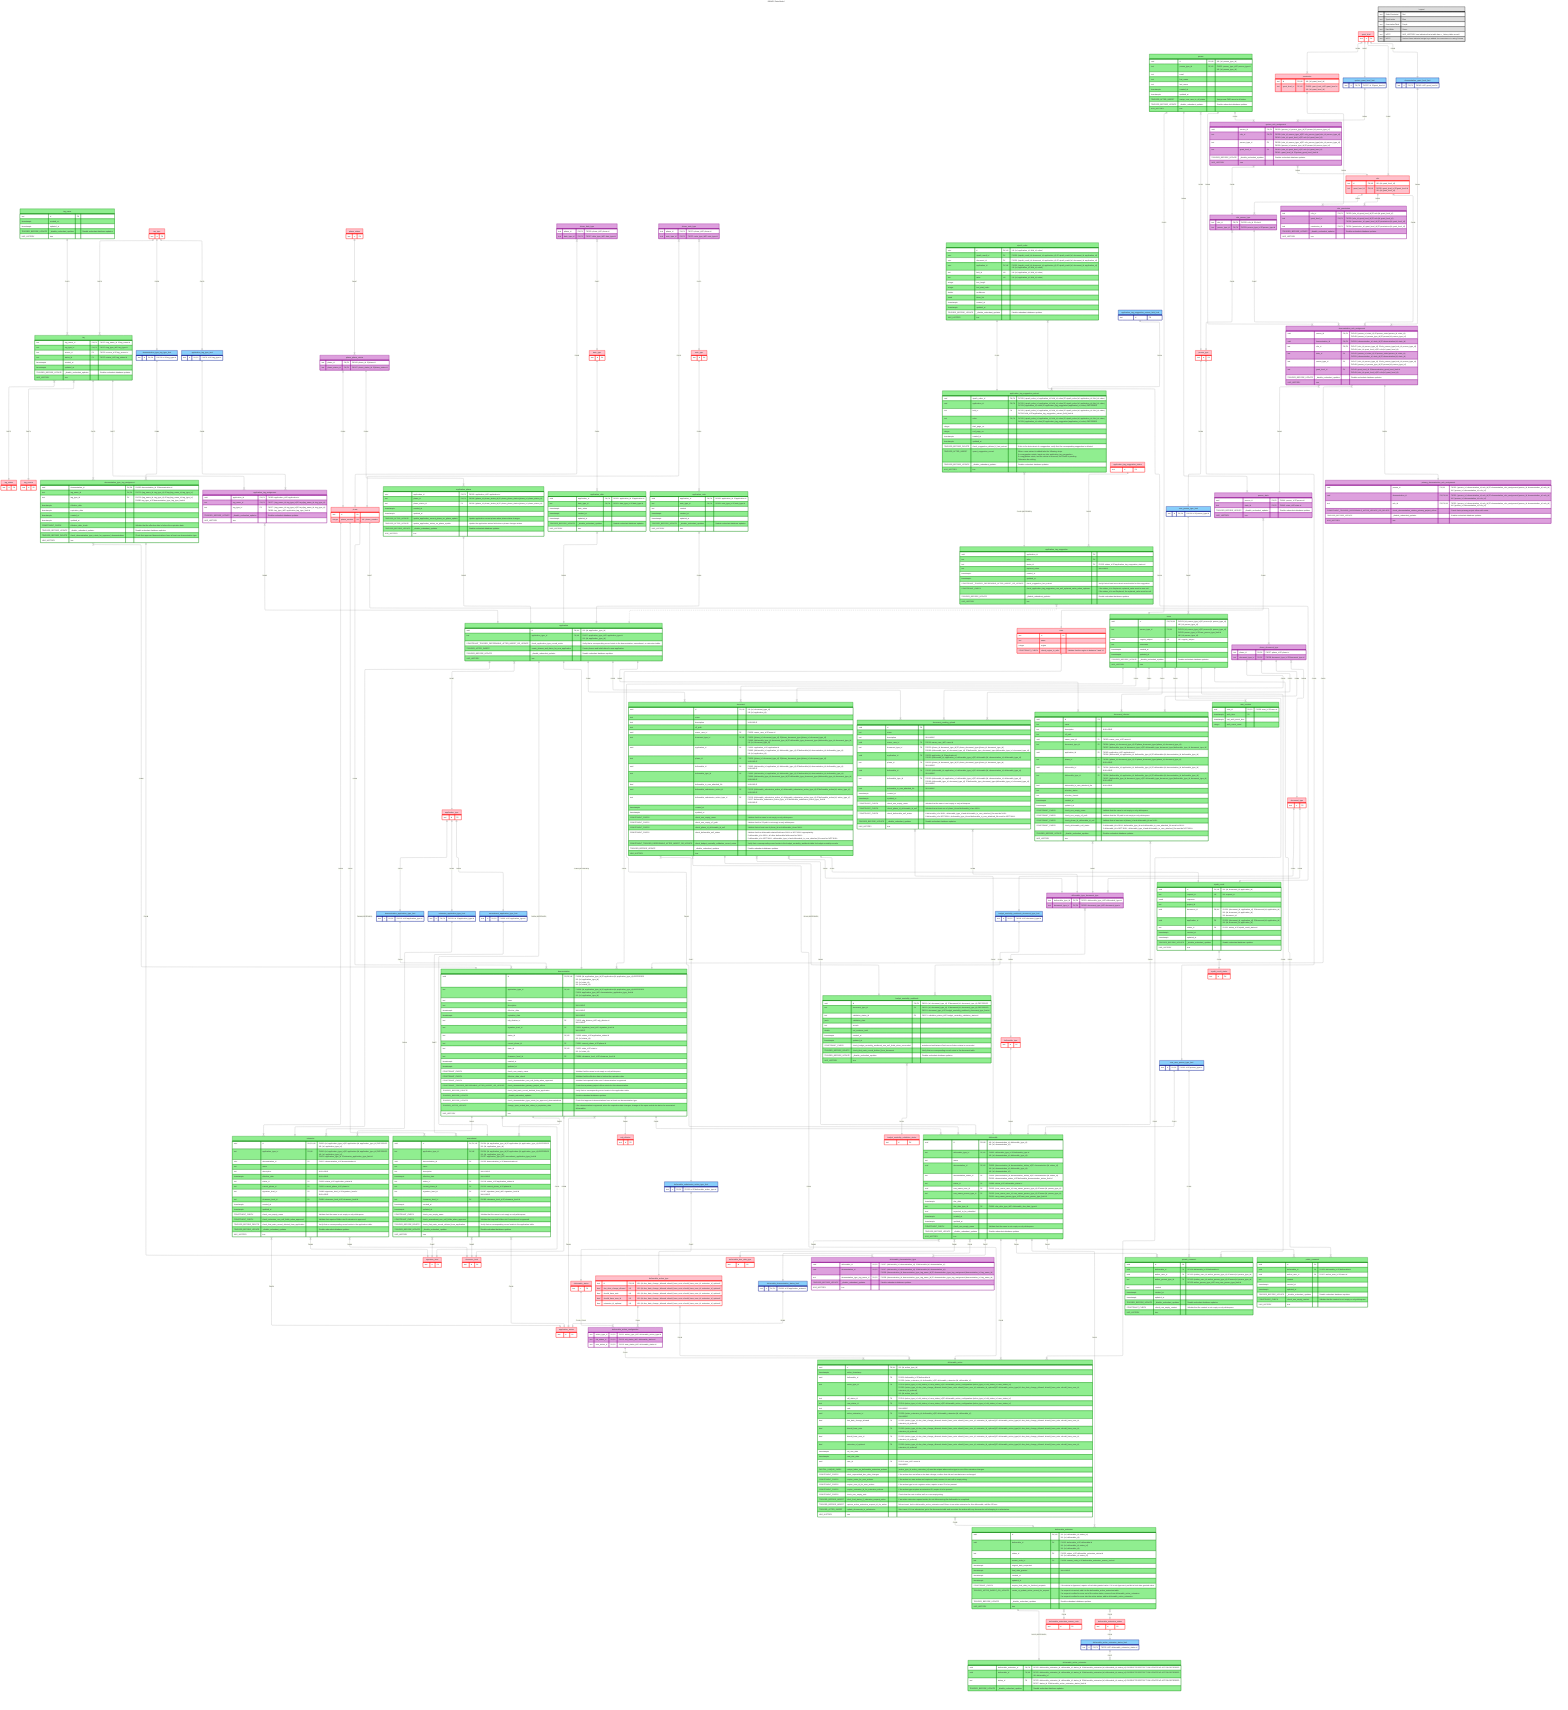
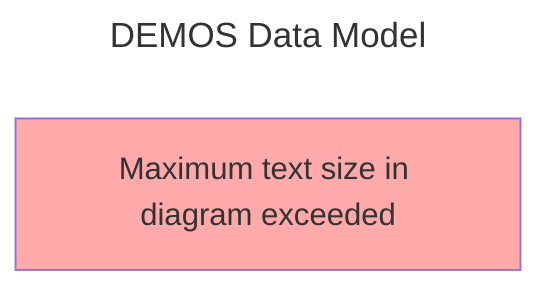
---
title: DEMOS Data Model
config:
  theme: default
  layout: elk
  elk:
    nodePlacementStrategy: NETWORK_SIMPLEX
---

erDiagram
  classDef staticConstraint stroke:red,fill:pink
  classDef typeLimiter stroke:navy,fill:lightskyblue
  classDef dataTable stroke:green,fill:lightgreen
  classDef associativeTable stroke:darkmagenta,fill:plum
  classDef legend stroke:black,fill:#ddd

  tag_name ||--|{ tag : "FK072"
  tag_type ||--|{ tag : "FK073"
  tag }|--|| tag_status : "FK075"
  tag }|--|| tag_source : "FK074"
  tag ||--|{ demonstration_type_tag_assignment : "FK076"
  tag ||--|{ application_tag_assignment : "FK077"
  tag_type ||--|| demonstration_type_tag_type_limit : "FK078"
  tag_type ||--|| application_tag_type_limit : "FK079"
  demonstration_type_tag_type_limit ||--|{ demonstration_type_tag_assignment : "FK080"
  application_tag_type_limit ||--|{ application_tag_assignment : "FK081"
  demonstration_type_tag_assignment }|--|| demonstration : "FK082"
  application_tag_assignment }|--|| application : "FK083"
  phase_status ||--|{ phase_phase_status : "FK067"
  phase_phase_status }|--|| phase : "FK066"
-   phase_phase_status ||--|{ application_phase  : "FK004"
+   phase_phase_status ||--|{ application_phase : "FK004"
  phase_date_type }|--|| phase : "FK003"
  phase_note_type }|--|| phase : "FK070"
-   phase_date_type }|--|| date_type: "FK017"
-   phase_note_type }|--|| note_type: "FK071"
+   phase_date_type }|--|| date_type : "FK017"
+   phase_note_type }|--|| note_type : "FK071"
  application_phase }|--|| application : "FK005"
-   date_type ||--|{ application_date  : "FK001"
-   note_type ||--|{ application_note  : "FK069"
+   date_type ||--|{ application_date : "FK001"
+   note_type ||--|{ application_note : "FK069"
  application_date }|--|| application : "FK002"
  application_note }|--|| application : "FK068"
  application }|--|| application_type : "FK007"
  application ||--|| demonstration : "FK008 (DEFERRED)"
  application ||--|| extension : "FK009 (DEFERRED)"
  application ||--|| amendment : "FK054 (DEFERRED)"
  demonstration }|--|| sdg_division : "FK010"
  demonstration }|--|| signature_level : "FK011"
  demonstration ||--|{ extension : "FK012"
  demonstration ||--|{ amendment : "FK055"
  application_type ||--|| demonstration_application_type_limit : "FK013"
  demonstration_application_type_limit ||--|{ demonstration : "FK014"
  application_type ||--|| extension_application_type_limit : "FK015"
  extension_application_type_limit ||--|{ extension : "FK016"
  application_type ||--|| amendment_application_type_limit : "FK056"
  amendment_application_type_limit ||--|{ amendment : "FK057"
  amendment }|--|| application_status : "FK018"
  phase ||--|{ amendment : "FK020"
  extension }|--|| application_status : "FK058"
  phase ||--|{ extension : "FK059"
  demonstration }|--|| application_status : "FK060"
  phase ||--|{ demonstration : "FK061"
  state ||--|{ demonstration : "FK021"
  person }|--|| person_type : "FK022"
  person ||--|| users : "FK023"
  person_type ||--|| user_person_type_limit : "FK024"
  user_person_type_limit ||--|{ users : "FK025"
  users ||--|{ document : "FK026"
  users ||--|{ document_pending_upload : "FK019"
  users ||--|{ document_infected : "FK063"
  users ||--|{ user_session : "FK139"
  phase ||--|{ phase_document_type : "FK027"
  phase_document_type }|--|| document_type : "FK028"
  phase_document_type ||--|{ document : "FK029"
  phase_document_type ||--|{ document_pending_upload : "FK052"
  phase_document_type ||--|{ document_infected : "FK064"
  application ||--|{ document : "FK030"
  application ||--|{ document_pending_upload : "FK053"
  application ||--|{ document_infected : "FK065"
  role_person_type }|--|| person_type : "FK031"
  role ||--|{ role_person_type : "FK032"
  role ||--|{ role_permission : "FK033"
  permission ||--|{ role_permission : "FK034"
  grant_level ||--|{ role : "FK035"
  grant_level ||--|{ permission : "FK036"
  system_grant_level_limit ||--|{ system_role_assignment : "FK041"
  system_role_assignment }|--|| role_person_type : "FK038"
  person ||--|{ system_role_assignment : "FK039"
  system_role_assignment }|--|| role : "FK040"
  grant_level ||--|| system_grant_level_limit : "FK037"
  demonstration_role_assignment }|--|| person_state : "FK042"
  person_state }|--|| state : "FK043"
  person ||--|{ person_state : "FK044"
  grant_level ||--|| demonstration_grant_level_limit : "FK045"
  demonstration_grant_level_limit ||--|{ demonstration_role_assignment : "FK046"
  role_person_type ||--|{ demonstration_role_assignment : "FK047"
  person ||--|{ demonstration_role_assignment : "FK048"
  role ||--|{ demonstration_role_assignment : "FK049"
  demonstration_role_assignment }|--|| demonstration : "FK050"
  demonstration_role_assignment ||--|| primary_demonstration_role_assignment : "FK051"
  demonstration }|--|| clearance_level : "FK084"
  amendment }|--|| clearance_level : "FK085"
  extension }|--|| clearance_level : "FK086"
  amendment }|--|| signature_level : "FK087"
  extension }|--|| signature_level : "FK088"
  document_type ||--|| budget_neutrality_workbook_document_type_limit : "FK118"
  document ||--|| budget_neutrality_workbook : "FK119 (DEFERRED)"
  budget_neutrality_workbook_document_type_limit ||--|{ budget_neutrality_workbook : "FK120"
  budget_neutrality_workbook }|--|| budget_neutrality_validation_status : "FK121"
  document }|--|| deliverable_action : "FK116"
  document }|--|| deliverable_submission_action_type_limit : "FK117"
  deliverable_status ||--|{ deliverable_action_configuration : "FK110, FK113"
  deliverable_action_type ||--|{ deliverable_action_configuration : "FK111"
  deliverable_action_type ||--|{ deliverable_action : "FK136"
  deliverable_action_configuration ||--|{ deliverable_action : "FK114"
  deliverable_submission_action_type_limit ||--|| deliverable_action_type : "FK115"
  demonstration ||--|{ deliverable : "FK006"
  deliverable_type ||--|{ deliverable : "FK062"
  deliverable }|--|| deliverable_status : "FK089"
  deliverable }|--|| deliverable_due_date_type : "FK090"
  document_type ||--|{ deliverable_type_document_type : "FK092"
  deliverable_type_document_type }|--|| deliverable_type : "FK091"
  document }|--|| deliverable : "FK093"
  document_infected }|--|| deliverable : "FK094"
  document_pending_upload }|--|| deliverable : "FK095"
  document }|--|| deliverable_type_document_type : "FK096"
  document_infected }|--|| deliverable_type_document_type : "FK097"
  document_pending_upload }|--|| deliverable_type_document_type : "FK098"
  deliverable_demonstration_status_limit ||--|| application_status : "FK099"
  deliverable }|--|| deliverable_demonstration_status_limit : "FK100"
  cms_user_person_type_limit ||--|{ deliverable : "FK101"
  person_type ||--|| cms_user_person_type_limit : "FK102"
  users ||--|{ deliverable : "FK103"
  deliverable ||--|{ deliverable_action : "FK109"
  deliverable_action }|--|| deliverable_extension : "FK128"
  deliverable ||--|{ deliverable_extension : "FK122"
  deliverable ||--|{ deliverable_demonstration_type : "FK137"
  demonstration_type_tag_assignment ||--|{ deliverable_demonstration_type : "FK138"
  deliverable_extension }|--|| deliverable_extension_reason_code : "FK124"
  deliverable_extension }|--|| deliverable_extension_status : "FK123"
  deliverable_extension_status ||--|| deliverable_active_extension_status_limit : "FK126"
  deliverable_active_extension_status_limit ||--|{ deliverable_active_extension : "FK127"
  deliverable_extension ||--|| deliverable_active_extension : "FK125 (DEFERRED)"
  deliverable ||--|{ private_comment : "FK104"
  deliverable ||--|{ public_comment : "FK105"
  users ||--|{ private_comment : "FK106"
  users ||--|{ public_comment : "FK107"
  cms_user_person_type_limit ||--|{ private_comment : "FK108"
  users ||--|{ deliverable_action : "FK112"
  document ||--|| uipath_result : "FK129"
  uipath_result ||--|{ uipath_value : "FK130"
  uipath_result }|--|| uipath_result_status : "FK131"
  uipath_value ||--|| application_tag_suggestion_extract : "FK132"
  application_tag_suggestion_extract }|--|| application_tag_suggestion : "FK133 (DEFERRED)"
  application_tag_suggestion_extract_field_limit ||--|{ application_tag_suggestion_extract : "FK134"
  application_tag_suggestion_status ||--|{ application_tag_suggestion : "FK135"
+   users ||--|{ reference : "FK140"
+   users ||--|{ reference_agreement : "FK141"
+   users ||--|{ reference_agreement_acceptance : "FK142"
+   reference ||--|{ reference_configuration : "FK143"
+   reference ||--|{ reference_tag_assignment : "FK144"
+   reference ||--|{ reference_demonstration_type : "FK145"
+   reference_agreement ||--|{ reference_configuration : "FK146"
+   reference_configuration }|--|| reference_configuration_status : "FK147"
+   reference_configuration ||--|{ reference_agreement_acceptance : "FK148"
+   tag ||--|{ reference_tag_assignment : "FK149"
+   tag ||--|{ reference_demonstration_type : "FK150"
+   demonstration_type_tag_type_limit ||--|{ reference_demonstration_type : "FK151"
+   tag_type ||--|| reference_tag_type_limit : "FK152"
+   reference_tag_type_limit ||--|{ reference_tag_assignment : "FK153"
  application_tag_suggestion }|..|| application : ""

  %% Static Constraints
  application_status:::staticConstraint {
    text id PK
  }

  application_tag_suggestion_status:::staticConstraint {
    text id PK
  }

  application_type:::staticConstraint {
    text id PK
  }

  budget_neutrality_validation_status:::staticConstraint {
    text id PK
  }

  clearance_level:::staticConstraint {
    text id PK
  }

  date_type:::staticConstraint {
    text id PK
  }

  deliverable_action_type:::staticConstraint {
    text id PK, UK "UK: (id, due_date_change_allowed, should_have_note, should_have_user_id, extension_id_optional)"
    bool due_date_change_allowed UK "UK: (id, due_date_change_allowed, should_have_note, should_have_user_id, extension_id_optional)"
    bool should_have_note UK "UK: (id, due_date_change_allowed, should_have_note, should_have_user_id, extension_id_optional)"
    bool should_have_user_id UK "UK: (id, due_date_change_allowed, should_have_note, should_have_user_id, extension_id_optional)"
    bool extension_id_optional UK "UK: (id, due_date_change_allowed, should_have_note, should_have_user_id, extension_id_optional)"
  }

  deliverable_due_date_type:::staticConstraint {
    text id PK
  }

  deliverable_extension_reason_code:::staticConstraint {
    text id PK
  }

  deliverable_extension_status:::staticConstraint {
    text id PK
  }

  deliverable_status:::staticConstraint {
    text id PK
  }

  deliverable_type:::staticConstraint {
    text id PK
  }

  document_type:::staticConstraint {
    text id PK
  }

  grant_level:::staticConstraint {
    text id PK
  }

  note_type:::staticConstraint {
    text id PK
  }

  permission:::staticConstraint {
    text id PK, UK "UK: (id, grant_level_id)"
    text grant_level_id FK, UK "FK036: grant_level_id ∈ grant_level.id<br>UK: (id, grant_level_id)"
  }

  person_type:::staticConstraint {
    text id PK
  }

  phase:::staticConstraint {
    text id PK
    integer phase_number UK "UK: phase_number"
  }

  phase_status:::staticConstraint {
    text id PK
  }

+   reference_configuration_status:::staticConstraint {
+     text id PK
+   }
+ 
  role:::staticConstraint {
    text id PK, UK "UK: (id, grant_level_id)"
    text grant_level_id FK, UK "FK035: grant_level_id ∈ grant_level.id<br>UK: (id, grant_level_id)"
  }

  sdg_division:::staticConstraint {
    text id PK
  }

  signature_level:::staticConstraint {
    text id PK
  }

  state:::staticConstraint {
    text id PK
    text name
    integer region
    CONSTRAINT_CHECK check_region_is_valid "Validate that the region is between 1 and 10."
  }

  tag_source:::staticConstraint {
    text id PK
  }

  tag_status:::staticConstraint {
    text id PK
  }

  tag_type:::staticConstraint {
    text id PK
  }

  uipath_result_status:::staticConstraint {
    text id PK
  }

  %% Type Limiters
  amendment_application_type_limit:::typeLimiter {
    text id PK, FK "FK056: id ∈ application_type.id"
  }

  application_tag_suggestion_extract_field_limit:::typeLimiter {
    text id PK
  }

  application_tag_type_limit:::typeLimiter {
    text id PK, FK "FK079: id ∈ tag_type.id"
  }

  budget_neutrality_workbook_document_type_limit:::typeLimiter {
    text id PK, FK "FK118: id ∈ document_type.id"
  }

  cms_user_person_type_limit:::typeLimiter {
    text id PK, FK "FK102: id ∈ person_type.id"
  }

  deliverable_active_extension_status_limit:::typeLimiter {
    text id PK, FK "FK126: id ∈ deliverable_extension_status.id"
  }

  deliverable_demonstration_status_limit:::typeLimiter {
    text id PK, FK "FK099: id ∈ application_status.id"
  }

  deliverable_submission_action_type_limit:::typeLimiter {
    text id PK, FK "FK115: id ∈ deliverable_action_type.id"
  }

  demonstration_application_type_limit:::typeLimiter {
    text id PK, FK "FK013: id ∈ application_type.id"
  }

  demonstration_grant_level_limit:::typeLimiter {
    text id PK, FK "FK045: id ∈ grant_level.id"
  }

  demonstration_type_tag_type_limit:::typeLimiter {
    text id PK, FK "FK078: id ∈ tag_type.id"
  }

  extension_application_type_limit:::typeLimiter {
    text id PK, FK "FK015: id ∈ application_type.id"
+   }
+ 
+   reference_tag_type_limit:::typeLimiter {
+     text id PK, FK "FK152: id ∈ tag_type.id"
  }

  system_grant_level_limit:::typeLimiter {
    text id PK, FK "FK037: id ∈ grant_level.id"
  }

  user_person_type_limit:::typeLimiter {
    text id PK, FK "FK024: id ∈ person_type.id"
  }

  %% Data Tables
  amendment:::dataTable {
    uuid id PK, FK, UK "FK054: (id, application_type_id) ∈ application.(id, application_type_id) DEFERRED<br>UK: (id, application_type_id)"
    text application_type_id FK, UK "FK054: (id, application_type_id) ∈ application.(id, application_type_id) DEFERRED<br>UK: (id, application_type_id)<br>FK057: application_type_id ∈ amendment_application_type_limit.id"
    uuid demonstration_id FK "FK055: demonstration_id ∈ demonstration.id"
    text name
    text description "NULLABLE"
    timestamptz effective_date "NULLABLE"
    text status_id FK "FK018: status_id ∈ application_status.id"
    text current_phase_id FK "FK020: current_phase_id ∈ phase.id"
    text signature_level_id FK "FK087: signature_level_id ∈ signature_level.id<br>NULLABLE"
    text clearance_level_id FK "FK085: clearance_level_id ∈ clearance_level.id"
    timestamptz created_at
    timestamptz updated_at
    CONSTRAINT_CHECK check_non_empty_name "Validate that the name is not empty or only whitespace."
    CONSTRAINT_CHECK check_amendment_non_null_fields_when_approved  "Validate that required fields exist if amendment is approved."
    TRIGGER_BEFORE_DELETE check_that_main_record_deleted_from_application "Verify that no corresponding record exists in the application table."
    TRIGGER_BEFORE_UPDATE _disable_redundant_updates "Disable redundant database updates."
    HAS_HISTORY true
  }

  application:::dataTable {
    uuid id PK, UK "UK: (id, application_type_id)"
    text application_type_id FK, UK "FK007: application_type_id ∈ application_type.id<br>UK: (id, application_type_id)"
    CONSTRAINT_TRIGGER_DEFERRABLE_AFTER_INSERT_OR_UPDATE check_application_type_record_exists "Verify that a corresponding record exists in the demonstration, amendment, or extension tables."
    TRIGGER_AFTER_INSERT create_phases_and_dates_for_new_application "Create phases and initial dates for new application."
    TRIGGER_BEFORE_UPDATE _disable_redundant_updates "Disable redundant database updates."
    HAS_HISTORY true
  }

  application_date:::dataTable {
    uuid application_id PK, FK "FK002: application_id ∈ application.id"
    text date_type_id PK, FK "FK001: date_type_id ∈ date_type.id"
    timestamptz date_value
    timestamptz created_at
    timestamptz updated_at
    TRIGGER_BEFORE_UPDATE _disable_redundant_updates "Disable redundant database updates."
    HAS_HISTORY true
  }

  application_note:::dataTable {
    uuid application_id PK, FK "FK068: application_id ∈ application.id"
    text note_type_id PK, FK "FK069: note_type_id ∈ note_type.id"
    text content
    timestamptz created_at
    timestamptz updated_at
    TRIGGER_BEFORE_UPDATE _disable_redundant_updates "Disable redundant database updates."
    HAS_HISTORY true
  }

  application_phase:::dataTable {
    uuid application_id PK, FK "FK005: application_id ∈ application.id"
    text phase_id PK, FK "FK004: (phase_id, phase_status_id) ∈ phase_phase_status.(phase_id, phase_status_id)"
    text phase_status_id FK "FK004: (phase_id, phase_status_id) ∈ phase_phase_status.(phase_id, phase_status_id)"
    timestamptz created_at
    timestamptz updated_at
    TRIGGER_AFTER_UPDATE update_application_current_phase_on_phase_update "Update application current phase when phase status changes."
    TRIGGER_AFTER_UPDATE update_application_status_on_phase_update "Update the application status field when a phase changes status."
    TRIGGER_BEFORE_UPDATE _disable_redundant_updates "Disable redundant database updates."
    HAS_HISTORY true
  }

  application_tag_suggestion:::dataTable {
    uuid application_id PK
    text value PK
    text status_id FK "FK135: status_id ∈ application_tag_suggestion_status.id"
    text replaced_value "NULLABLE"
    timestamptz created_at
    timestamptz updated_at
    CONSTRAINT_TRIGGER_DEFERRABLE_AFTER_INSERT_OR_UPDATE check_suggestion_has_extract "Verify that at least one extract record exists for this suggestion."
    CONSTRAINT_CHECK check_application_tag_suggestion_non_null_replaced_value_when_replaced "If the status_id is Replaced, replaced_value must be non null.<br>If the status_id is not Replaced, the replaced_value must be null."
    TRIGGER_BEFORE_UPDATE _disable_redundant_updates "Disable redundant database updates."
    HAS_HISTORY true
  }

  application_tag_suggestion_extract:::dataTable {
    uuid uipath_value_id PK, FK "FK132: (uipath_value_id, application_id, field_id, value) ∈ uipath_value.(id, application_id, field_id, value)"
    uuid application_id PK, FK "FK132: (uipath_value_id, application_id, field_id, value) ∈ uipath_value.(id, application_id, field_id, value)<br>FK133: (application_id, value) ∈ application_tag_suggestion.(application_id, value) DEFERRED"
    text field_id FK "FK132: (uipath_value_id, application_id, field_id, value) ∈ uipath_value.(id, application_id, field_id, value)<br>FK134: field_id ∈ application_tag_suggestion_extract_field_limit.id"
    text value PK, FK "FK132: (uipath_value_id, application_id, field_id, value) ∈ uipath_value.(id, application_id, field_id, value)<br>FK133: (application_id, value) ∈ application_tag_suggestion.(application_id, value) DEFERRED"
    integer start_page_no
    integer end_page_no
    timestamptz created_at
    timestamptz updated_at
    TRIGGER_BEFORE_DELETE check_suggestion_deleted_if_last_extract "If this is the last extract of a suggestion, verify that the corresponding suggestion is deleted."
    TRIGGER_AFTER_INSERT upsert_suggestion_record "When a new extract is added take the following steps.<br>If no suggestion exists, insert one into application_tag_suggestion.<br>If a suggestion exists, and the status is removed, set it back to pending.<br>Otherwise do nothing."
    TRIGGER_BEFORE_UPDATE _disable_redundant_updates "Disable redundant database updates."
    HAS_HISTORY true
  }

  budget_neutrality_workbook:::dataTable {
    uuid id PK, FK "FK119: (id, document_type_id) ∈ document.(id, document_type_id) DEFERRED"
    text document_type_id FK "FK119: (id, document_type_id) ∈ document.(id, document_type_id) DEFERRED<br>FK120: document_type_id ∈ budget_neutrality_workbook_document_type_limit.id"
    text validation_status_id FK "FK121: validation_status_id ∈ budget_neutrality_validation_status.id"
    jsonb validation_data
    text actuals
    double net_variance_total
    timestamptz created_at
    timestamptz updated_at
    CONSTRAINT_CHECK check_budget_neutrality_workbook_non_null_fields_when_succeeded "actuals and netVarianceTotal non null when status is succeeded"
    TRIGGER_BEFORE_DELETE check_that_main_record_deleted_from_document "Verify that no corresponding record exists in the document table."
    TRIGGER_BEFORE_UPDATE _disable_redundant_updates "Disable redundant database updates."
    HAS_HISTORY true
  }

  %% NOTE: That empty line with <br>&nbsp; is a layout hack for Mermaid
  deliverable:::dataTable {
    uuid id PK, UK "UK: (id, demonstration_id, deliverable_type_id)<br>UK: (id, demonstration_id)<br>&nbsp;"
    text deliverable_type_id FK, UK "FK062: deliverable_type_id ∈ deliverable_type.id<br>UK: (id, demonstration_id, deliverable_type_id)"
    text name
    uuid demonstration_id FK, UK "FK006: (demonstration_id, demonstration_status_id) ∈ demonstration.(id, status_id)<br>UK: (id, demonstration_id, deliverable_type_id)<br>UK: (id, demonstration_id)"
    text demonstration_status_id FK "FK006: (demonstration_id, demonstration_status_id) ∈ demonstration.(id, status_id)<br>FK100: demonstration_status_id ∈ deliverable_demonstration_status_limit.id"
    text status_id FK "FK089: status_id ∈ deliverable_status.id"
    uuid cms_owner_user_id FK "FK103: (cms_owner_user_id, cms_owner_person_type_id) ∈ users.(id, person_type_id)"
    text cms_owner_person_type_id FK "FK103: (cms_owner_user_id, cms_owner_person_type_id) ∈ users.(id, person_type_id)<br>FK101: cms_owner_person_type_id ∈ cms_user_person_type_limit.id"
    timestamptz due_date
    text due_date_type_id FK "FK090: due_date_type_id ∈ deliverable_due_date_type.id"
    bool expected_to_be_submitted
    timestamptz created_at
    timestamptz updated_at
    CONSTRAINT_CHECK check_non_empty_name "Validate that the name is not empty or only whitespace."
    TRIGGER_BEFORE_UPDATE _disable_redundant_updates "Disable redundant database updates."
    HAS_HISTORY true
  }

  deliverable_action:::dataTable {
    uuid id PK, UK "UK: (id, action_type_id)"
    timestamptz action_timestamp
    uuid deliverable_id FK "FK109: deliverable_id ∈ deliverable.id<br>FK128: (active_extension_id, deliverable_id) ∈ deliverable_extension.(id, deliverable_id)"
-     text action_type_id FK "FK114: (action_type_id, old_status_id, new_status_id) ∈ deliverable_action_configuration.(action_type_id, old_status_id, new_status_id)<br>FK136: (action_type_id, due_date_change_allowed, should_have_note, should_have_user_id, extension_id_optional)) ∈ deliverable_action_type.(id, due_date_change_allowed, should_have_note, should_have_user_id, extension_id_optional)<br>UK: (id, action_type_id)"
+     text action_type_id FK, UK "FK114: (action_type_id, old_status_id, new_status_id) ∈ deliverable_action_configuration.(action_type_id, old_status_id, new_status_id)<br>FK136: (action_type_id, due_date_change_allowed, should_have_note, should_have_user_id, extension_id_optional)) ∈ deliverable_action_type.(id, due_date_change_allowed, should_have_note, should_have_user_id, extension_id_optional)<br>UK: (id, action_type_id)<br>UK(Partial): (action_type_id, active_extension_id)"
    text old_status_id FK "FK114: (action_type_id, old_status_id, new_status_id) ∈ deliverable_action_configuration.(action_type_id, old_status_id, new_status_id)"
    text new_status_id FK "FK114: (action_type_id, old_status_id, new_status_id) ∈ deliverable_action_configuration.(action_type_id, old_status_id, new_status_id)"
    text note "NULLABLE"
-     uuid active_extension_id FK "FK128: (active_extension_id, deliverable_id) ∈ deliverable_extension.(id, deliverable_id)<br>NULLABLE"
+     uuid active_extension_id FK, UK "FK128: (active_extension_id, deliverable_id) ∈ deliverable_extension.(id, deliverable_id)<br>UK(Partial): (action_type_id, active_extension_id)<br>NULLABLE"
    bool due_date_change_allowed FK "FK136: (action_type_id, due_date_change_allowed, should_have_note, should_have_user_id, extension_id_optional)) ∈ deliverable_action_type.(id, due_date_change_allowed, should_have_note, should_have_user_id, extension_id_optional)"
    bool should_have_note FK "FK136: (action_type_id, due_date_change_allowed, should_have_note, should_have_user_id, extension_id_optional)) ∈ deliverable_action_type.(id, due_date_change_allowed, should_have_note, should_have_user_id, extension_id_optional)"
    bool should_have_user_id FK "FK136: (action_type_id, due_date_change_allowed, should_have_note, should_have_user_id, extension_id_optional)) ∈ deliverable_action_type.(id, due_date_change_allowed, should_have_note, should_have_user_id, extension_id_optional)"
    bool extension_id_optional FK "FK136: (action_type_id, due_date_change_allowed, should_have_note, should_have_user_id, extension_id_optional)) ∈ deliverable_action_type.(id, due_date_change_allowed, should_have_note, should_have_user_id, extension_id_optional)"
    timestamptz old_due_date
    timestamptz new_due_date
    uuid user_id FK "FK112: user_id ∈ users.id<br>NULLABLE"
    PARTIAL_UNIQUE_INDEX unique_index_on_deliverable_extension_actions "(action_type_id, active_extension_id) must be unique where action type is one of the extension changes."
    CONSTRAINT_CHECK block_unpermitted_due_date_changes "If the action does not allow a due date change, confirm that old and new dates are unchanged."
    CONSTRAINT_CHECK require_notes_for_user_actions "If the action is a user action and requires a note, ensure it is not null or empty string."
    CONSTRAINT_CHECK require_user_id_for_user_actions "If the action type is not a system action, require a user ID to be present."
    CONSTRAINT_CHECK require_extension_id_for_extension_actions "If the action type requires an extension ID, require it to be present."
    CONSTRAINT_CHECK check_non_empty_note "Check that the note is either null or a non empty string."
    TRIGGER_BEFORE_INSERT block_final_states_if_extension_request_active "If an active extension request exists, do not allow moving the deliverable to completed."
    TRIGGER_BEFORE_INSERT capture_active_extension_request_id_for_action "Before insert, look in deliverable_active_extension and if there is an active extension for this deliverable, add the ID here."
    TRIGGER_AFTER_INSERT update_documents_in_submission "After insert, if it is a submission, go to the documents table and associate the action with any documents not belonging to a submission."
    HAS_HISTORY true
  }

  deliverable_active_extension:::dataTable {
    uuid deliverable_extension_id PK, FK "FK125: deliverable_extension_id, deliverable_id, status_id ∈ deliverable_extension.(id, deliverable_id, status_id) ON DELETE RESTRICT ON UPDATE NO ACTION DEFERRED"
    uuid deliverable_id FK, UK "FK125: deliverable_extension_id, deliverable_id, status_id ∈ deliverable_extension.(id, deliverable_id, status_id) ON DELETE RESTRICT ON UPDATE NO ACTION DEFERRED<br>UK: deliverable_id"
    text status_id FK "FK125: deliverable_extension_id, deliverable_id, status_id ∈ deliverable_extension.(id, deliverable_id, status_id) ON DELETE RESTRICT ON UPDATE NO ACTION DEFERRED<br>FK127: status_id ∈ deliverable_active_extension_status_limit.id"
    TRIGGER_BEFORE_UPDATE _disable_redundant_updates "Disable redundant database updates."
  }

  deliverable_extension:::dataTable {
    uuid id PK, UK "UK: (id, deliverable_id, status_id)<br>UK: (id, deliverable_id)"
-     uuid deliverable_id FK "FK122: deliverable_id ∈ deliverable.id<br>UK: (id, deliverable_id, status_id)<br>UK: (id, deliverable_id)"
-     text status_id FK "FK123: status_id ∈ deliverable_extension_status.id<br>UK: (id, deliverable_id, status_id)"
+     uuid deliverable_id FK, UK "FK122: deliverable_id ∈ deliverable.id<br>UK: (id, deliverable_id, status_id)<br>UK: (id, deliverable_id)"
+     text status_id FK, UK "FK123: status_id ∈ deliverable_extension_status.id<br>UK: (id, deliverable_id, status_id)"
    text reason_code_id FK "FK124: reason_code_id ∈ deliverable_extension_reason_code.id"
    timestamptz original_date_requested
    timestamptz final_date_granted "NULLABLE"
    timestamptz created_at
    timestamptz updated_at
    CONSTRAINT_CHECK require_final_date_for_finished_requests "If the status is Approved, require a final date granted value. If it is not Approved, prohibit a final date granted value."
    TRIGGER_AFTER_INSERT_OR_UPDATE create_or_update_active_record_for_request "If a request is inserted, add it to the deliverable_active_extension table.<br>If a request is edited to move out of the active status, remove from deliverable_active_extension.<br>If a request is edited to move into the active status, add to deliverable_active_extension."
    TRIGGER_BEFORE_UPDATE _disable_redundant_updates "Disable redundant database updates."
    HAS_HISTORY true
  }

  demonstration:::dataTable {
    uuid id PK, FK, UK "FK008: (id, application_type_id) ∈ application.(id, application_type_id) DEFERRED<br>UK: (id, application_type_id)<br>UK: (id, state_id)<br>UK: (id, status_id)"
    text application_type_id FK, UK "FK008: (id, application_type_id) ∈ application.(id, application_type_id) DEFERRED<br>FK014: application_type_id ∈ demonstration_application_type_limit.id<br>UK: (id, application_type_id)"
    text name
    text description "NULLABLE"
    timestamptz effective_date "NULLABLE"
    timestamptz expiration_date "NULLABLE"
    text sdg_division_id FK "FK010: sdg_division_id ∈ sdg_division.id<br>NULLABLE"
    text signature_level_id FK "FK011: signature_level_id ∈ signature_level.id<br>NULLABLE"
    text status_id FK, UK "FK060: status_id ∈ application_status.id<br>UK: (id, status_id)"
    text current_phase_id FK "FK061: current_phase_id ∈ phase.id"
    text state_id FK, UK "FK021: state_id ∈ state.id<br>UK: (id, state_id)"
    text clearance_level_id FK "FK084: clearance_level_id ∈ clearance_level.id"
    timestamptz created_at
    timestamptz updated_at
    CONSTRAINT_CHECK check_non_empty_name "Validate that the name is not empty or only whitespace."
    CONSTRAINT_CHECK effective_date_check "Validate that the effective date is before the expiration date."
    CONSTRAINT_CHECK check_demonstration_non_null_fields_when_approved "Validate that required fields exist if demonstration is approved."
    CONSTRAINT_TRIGGER_DEFERRABLE_AFTER_INSERT_OR_UPDATE check_demonstration_primary_project_officer "Check that a primary project officer exists for this demonstration."
    TRIGGER_BEFORE_DELETE check_that_main_record_deleted_from_application "Verify that no corresponding record exists in the application table."
    TRIGGER_BEFORE_UPDATE _disable_redundant_updates "Disable redundant database updates."
    TRIGGER_BEFORE_UPDATE check_demonstration_type_exists_for_approved_demonstrations "Check that approved demonstrations have at least one demonstration type."
    TRIGGER_AFTER_UPDATE change_open_ended_due_dates_to_expiration_date "If the demonstration is approved, when the expiration date changes, change all the open-ended due dates for associated deliverables."
    HAS_HISTORY true
  }

  demonstration_type_tag_assignment:::dataTable {
    uuid demonstration_id PK, FK "FK082: demonstration_id ∈ demonstration.id"
    text tag_name_id PK, FK "FK076: (tag_name_id, tag_type_id) ∈ tag.(tag_name_id, tag_type_id)"
    text tag_type_id FK "FK076: (tag_name_id, tag_type_id) ∈ tag.(tag_name_id, tag_type_id)<br>FK080: tag_type_id ∈ demonstration_type_tag_type_limit.id"
    timestamptz effective_date
    timestamptz expiration_date
    timestamptz created_at
    timestamptz updated_at
    CONSTRAINT_CHECK effective_date_check "Validate that the effective date is before the expiration date."
    TRIGGER_BEFORE_UPDATE _disable_redundant_updates "Disable redundant database updates."
    TRIGGER_BEFORE_DELETE check_demonstration_type_exists_for_approved_demonstrations "Check that approved demonstrations have at least one demonstration type."
    HAS_HISTORY true
  }

  document:::dataTable {
    uuid id PK, UK "UK: (id, document_type_id)<br>UK: (id, application_id)"
    text name
    text description "NULLABLE"
    text s3_path
    uuid owner_user_id FK "FK026: owner_user_id ∈ users.id"
    text document_type_id FK, UK "FK029: (phase_id, document_type_id) ∈ phase_document_type.(phase_id, document_type_id)<br>FK096: (deliverable_type_id, document_type_id) ∈ deliverable_type_document_type.(deliverable_type_id, document_type_id)<br>UK: (id, document_type_id)"
-     uuid application_id FK "FK030: application_id ∈ application.id<br>FK093: (deliverable_id, application_id, deliverable_type_id) ∈ deliverable.(id, demonstration_id, deliverable_type_id)<br>UK: (id, application_id)"
+     uuid application_id FK, UK "FK030: application_id ∈ application.id<br>FK093: (deliverable_id, application_id, deliverable_type_id) ∈ deliverable.(id, demonstration_id, deliverable_type_id)<br>UK: (id, application_id)"
    text phase_id FK "FK029: (phase_id, document_type_id) ∈ phase_document_type.(phase_id, document_type_id)<br>NULLABLE"
    uuid deliverable_id FK "FK093: (deliverable_id, application_id, deliverable_type_id) ∈ deliverable.(id, demonstration_id, deliverable_type_id)<br>NULLABLE"
    text deliverable_type_id FK "FK093: (deliverable_id, application_id, deliverable_type_id) ∈ deliverable.(id, demonstration_id, deliverable_type_id)<br>FK096: (deliverable_type_id, document_type_id) ∈ deliverable_type_document_type.(deliverable_type_id, document_type_id)<br>NULLABLE"
    bool deliverable_is_cms_attached_file "NULLABLE"
    uuid deliverable_submission_action_id FK "FK116: (deliverable_submission_action_id, deliverable_submission_action_type_id) ∈ deliverable_action.(id, action_type_id)<br>NULLABLE"
    text deliverable_submission_action_type_id FK "FK116: (deliverable_submission_action_id, deliverable_submission_action_type_id) ∈ deliverable_action.(id, action_type_id)<br>FK117: deliverable_submission_action_type_id ∈ deliverable_submission_action_type_limit.id<br>NULLABLE"
    timestamptz created_at
    timestamptz updated_at
    CONSTRAINT_CHECK check_non_empty_name "Validate that the name is not empty or only whitespace."
    CONSTRAINT_CHECK check_non_empty_s3_path "Validate that the S3 path is not empty or only whitespace."
    CONSTRAINT_CHECK check_phase_id_deliverable_id_null "Validate that at least one of phase_id and deliverable_id are NULL."
    CONSTRAINT_CHECK check_deliverable_null_states "Validate that the deliverable-related fields are NULL or NOT NULL appropriately.<br>If deliverable_id is NULL, all other deliverable fields must be NULL.<br>If deliverable_id is NOT NULL, deliverable_type_id and deliverable_is_cms_attached_file must be NOT NULL."
    CONSTRAINT_TRIGGER_DEFERRABLE_AFTER_INSERT_OR_UPDATE check_budget_neutrality_validation_record_exists "Verify that a corresponding record exists in the budget_neutrality_workbook table for budget neutrality records."
    TRIGGER_BEFORE_UPDATE _disable_redundant_updates "Disable redundant database updates."
    HAS_HISTORY true
  }

  document_infected:::dataTable {
    uuid id PK
    text name
    text description "NULLABLE"
    text s3_path
    uuid owner_user_id FK "FK063: owner_user_id ∈ users.id"
    text document_type_id FK "FK064: (phase_id, document_type_id) ∈ phase_document_type.(phase_id, document_type_id)<br>FK097: (deliverable_type_id, document_type_id) ∈ deliverable_type_document_type.(deliverable_type_id, document_type_id)"
    uuid application_id FK "FK065: application_id ∈ application.id<br>FK094: (deliverable_id, application_id, deliverable_type_id) ∈ deliverable.(id, demonstration_id, deliverable_type_id)"
    text phase_id FK "FK064: (phase_id, document_type_id) ∈ phase_document_type.(phase_id, document_type_id)<br>NULLABLE"
    uuid deliverable_id FK "FK094: (deliverable_id, application_id, deliverable_type_id) ∈ deliverable.(id, demonstration_id, deliverable_type_id)<br>NULLABLE"
    text deliverable_type_id FK "FK094: (deliverable_id, application_id, deliverable_type_id) ∈ deliverable.(id, demonstration_id, deliverable_type_id)<br>FK097: (deliverable_type_id, document_type_id) ∈ deliverable_type_document_type.(deliverable_type_id, document_type_id)<br>NULLABLE"
    bool deliverable_is_cms_attached_file "NULLABLE"
    text infection_status
    text infection_threats
    timestamptz created_at
    timestamptz updated_at
    CONSTRAINT_CHECK check_non_empty_name "Validate that the name is not empty or only whitespace."
    CONSTRAINT_CHECK check_non_empty_s3_path "Validate that the S3 path is not empty or only whitespace."
    CONSTRAINT_CHECK check_phase_id_deliverable_id_null "Validate that at least one of phase_id and deliverable_id are NULL."
    CONSTRAINT_CHECK check_deliverable_null_states "If deliverable_id is NULL, deliverable_type_id and deliverable_is_cms_attached_file must be NULL.<br>If deliverable_id is NOT NULL, deliverable_type_id and deliverable_is_cms_attached_file must be NOT NULL."
    TRIGGER_BEFORE_UPDATE _disable_redundant_updates "Disable redundant database updates."
    HAS_HISTORY true
  }

  document_pending_upload:::dataTable {
    uuid id PK
    text name
    text description "NULLABLE"
    uuid owner_user_id FK "FK019: owner_user_id ∈ users.id"
    text document_type_id FK "FK052: (phase_id, document_type_id) ∈ phase_document_type.(phase_id, document_type_id)<br>FK098: (deliverable_type_id, document_type_id) ∈ deliverable_type_document_type.(deliverable_type_id, document_type_id)"
    uuid application_id FK "FK053: application_id ∈ application.id<br>FK095: (deliverable_id, application_id, deliverable_type_id) ∈ deliverable.(id, demonstration_id, deliverable_type_id)"
    text phase_id FK "FK052: (phase_id, document_type_id) ∈ phase_document_type.(phase_id, document_type_id)<br>NULLABLE"
    uuid deliverable_id FK "FK095: (deliverable_id, application_id, deliverable_type_id) ∈ deliverable.(id, demonstration_id, deliverable_type_id)<br>NULLABLE"
    text deliverable_type_id FK "FK095: (deliverable_id, application_id, deliverable_type_id) ∈ deliverable.(id, demonstration_id, deliverable_type_id)<br>FK098: (deliverable_type_id, document_type_id) ∈ deliverable_type_document_type.(deliverable_type_id, document_type_id)<br>NULLABLE"
    bool deliverable_is_cms_attached_file "NULLABLE"
    timestamptz created_at
    timestamptz updated_at
    CONSTRAINT_CHECK check_non_empty_name "Validate that the name is not empty or only whitespace."
    CONSTRAINT_CHECK check_phase_id_deliverable_id_null "Validate that at least one of phase_id and deliverable_id are NULL."
    CONSTRAINT_CHECK check_deliverable_null_states "If deliverable_id is NULL, deliverable_type_id and deliverable_is_cms_attached_file must be NULL.<br>If deliverable_id is NOT NULL, deliverable_type_id and deliverable_is_cms_attached_file must be NOT NULL."
    TRIGGER_BEFORE_UPDATE _disable_redundant_updates "Disable redundant database updates."
    HAS_HISTORY true
  }

  extension:::dataTable {
    uuid id PK, FK, UK "FK009: (id, application_type_id) ∈ application.(id, application_type_id) DEFERRED<br>UK: (id, application_type_id)"
    text application_type_id FK, UK "FK009: (id, application_type_id) ∈ application.(id, application_type_id) DEFERRED<br>UK: (id, application_type_id)<br>FK016: application_type_id ∈ extension_application_type_limit.id"
    uuid demonstration_id FK "FK012: demonstration_id ∈ demonstration.id"
    text name
    text description "NULLABLE"
    timestamptz effective_date "NULLABLE"
    text status_id FK "FK058: status_id ∈ application_status.id"
    text current_phase_id FK "FK059: current_phase_id ∈ phase.id"
    text signature_level_id FK "FK088: signature_level_id ∈ signature_level.id<br>NULLABLE"
    text clearance_level_id FK "FK086: clearance_level_id ∈ clearance_level.id"
    timestamptz created_at
    timestamptz updated_at
    CONSTRAINT_CHECK check_non_empty_name "Validate that the name is not empty or only whitespace."
    CONSTRAINT_CHECK check_extension_non_null_fields_when_approved  "Validate that required fields exist if extension is approved."
    TRIGGER_BEFORE_DELETE check_that_main_record_deleted_from_application "Verify that no corresponding record exists in the application table."
    TRIGGER_BEFORE_UPDATE _disable_redundant_updates "Disable redundant database updates."
    HAS_HISTORY true
  }

  person:::dataTable {
    uuid id PK, UK "UK: (id, person_type_id)"
    text person_type_id FK, UK "FK022: person_type_id ∈ person_type.id<br>UK: (id, person_type_id)"
    text email
    text first_name
    text last_name
    timestamptz created_at
    timestamptz updated_at
    TRIGGER_AFTER_INSERT assign_cms_user_to_all_states "Assign new CMS users to all states."
    TRIGGER_BEFORE_UPDATE _disable_redundant_updates "Disable redundant database updates."
    HAS_HISTORY true
  }

  private_comment:::dataTable {
    uuid id PK
    uuid deliverable_id FK "FK104: deliverable_id ∈ deliverable.id"
    uuid author_user_id FK "FK106: (author_user_id, author_person_type_id) ∈ users.(id, person_type_id)"
    text author_person_type_id FK "FK106: (author_user_id, author_person_type_id) ∈ users.(id, person_type_id)<br>FK108: author_person_type_id ∈ cms_user_person_type_limit.id"
    text content
    timestamptz created_at
    timestamptz updated_at
    TRIGGER_BEFORE_UPDATE _disable_redundant_updates "Disable redundant database updates."
    CONSTRAINT_CHECK check_non_empty_content "Validate that the content is not empty or only whitespace."
    HAS_HISTORY true
  }

  public_comment:::dataTable {
    uuid id PK
    uuid deliverable_id FK "FK105: deliverable_id ∈ deliverable.id"
    uuid author_user_id FK "FK107: author_user_id ∈ users.id"
    text content
    timestamptz created_at
    timestamptz updated_at
    TRIGGER_BEFORE_UPDATE _disable_redundant_updates "Disable redundant database updates."
    CONSTRAINT_CHECK check_non_empty_content "Validate that the content is not empty or only whitespace."
    HAS_HISTORY true
  }

+   reference:::dataTable {
+     uuid id PK
+     text name
+     text s3_path
+     uuid owner_user_id FK "FK140: owner_user_id ∈ users.id"
+     timestamptz created_at
+     timestamptz updated_at
+     CONSTRAINT_CHECK check_non_empty_name "Validate that the name is not empty or only whitespace."
+     CONSTRAINT_CHECK check_non_empty_s3_path "Validate that the S3 path is not empty or only whitespace."
+     HAS_HISTORY true
+   }
+ 
+   reference_agreement:::dataTable {
+     uuid id PK
+     text name
+     text s3_path
+     uuid owner_user_id FK "FK141: owner_user_id ∈ users.id"
+     timestamptz created_at
+     timestamptz updated_at
+     CONSTRAINT_CHECK check_non_empty_name "Validate that the name is not empty or only whitespace."
+     CONSTRAINT_CHECK check_non_empty_s3_path "Validate that the S3 path is not empty or only whitespace."
+     HAS_HISTORY true
+   }
+ 
+   reference_agreement_acceptance:::dataTable {
+     uuid reference_id PK, FK "FK148: (reference_id, reference_agreement_id) ∈ reference_configuration.(reference_id, reference_agreement_id) ON DELETE RESTRICT ON UPDATE NO ACTION"
+     uuid reference_agreement_id PK, FK "FK148: (reference_id, reference_agreement_id) ∈ reference_configuration.(reference_id, reference_agreement_id) ON DELETE RESTRICT ON UPDATE NO ACTION"
+     uuid user_id PK, FK "FK142: user_id ∈ users.id"
+     timestamptz acceptance_timestamp
+   }
+ 
+   reference_configuration:::dataTable {
+     uuid id PK
+     uuid reference_id FK, UK "FK143: reference_id ∈ reference.id<br>UK: (reference_id, reference_agreement_id)<br>UK(Partial): (reference_id)"
+     uuid reference_agreement_id FK, UK "FK146: reference_agreement_id ∈ reference_agreement.id<br>UK: (reference_id, reference_agreement_id)<br>NULLABLE"
+     text status_id FK "FK147: status_id ∈ reference_configuration_status.id"
+     PARTIAL_UNIQUE_INDEX reference_configuration_unique_index_on_active_reference_id "reference_id must be unique where status_id is Active."
+     NULLS_NOT_DISTINCT_UNIQUE_INDEX reference_configuration_unique_index_reference_id_reference_agreement_id "The unique index on (reference_id, reference_agreement_id) is created with NULLS NOT DISTINCT."
+     HAS_HISTORY true
+   }
+ 
+ 
  tag:::dataTable {
    text tag_name_id PK, FK "FK072: tag_name_id ∈ tag_name.id"
    text tag_type_id PK, FK "FK073: tag_type_id ∈ tag_type.id"
    text source_id FK "FK074: source_id ∈ tag_source.id"
    text status_id FK "FK075: status_id ∈ tag_status.id"
    timestamptz created_at
    timestamptz updated_at
    TRIGGER_BEFORE_UPDATE _disable_redundant_updates "Disable redundant database updates."
    HAS_HISTORY true
  }

  tag_name:::dataTable {
    text id PK
    timestamptz created_at
    timestamptz updated_at
    TRIGGER_BEFORE_UPDATE _disable_redundant_updates "Disable redundant database updates."
    HAS_HISTORY true
  }

  uipath_result:::dataTable {
    uuid id PK, UK "UK: (id, document_id, application_id)"
    text request_id UK "UK: request_id"
    jsonb response
    text project_id
    uuid document_id FK, UK "FK129: (document_id, application_id) ∈ document.(id, application_id)<br>UK: (id, document_id, application_id)<br>UK: document_id"
-     uuid application_id FK "FK129: (document_id, application_id) ∈ document.(id, application_id)<br>UK: (id, document_id, application_id)"
+     uuid application_id FK, UK "FK129: (document_id, application_id) ∈ document.(id, application_id)<br>UK: (id, document_id, application_id)"
    text status_id FK "FK131: status_id ∈ uipath_result_status.id"
    timestamptz created_at
    timestamptz updated_at
    TRIGGER_BEFORE_UPDATE _disable_redundant_updates "Disable redundant database updates."
    HAS_HISTORY true
  }

  uipath_value:::dataTable {
    uuid id PK, UK "UK: (id, application_id, field_id, value)"
    uuid uipath_result_id FK "FK130: (uipath_result_id, document_id, application_id) ∈ uipath_result.(id, document_id, application_id)"
    uuid document_id FK "FK130: (uipath_result_id, document_id, application_id) ∈ uipath_result.(id, document_id, application_id)"
    uuid application_id FK, UK "FK130: (uipath_result_id, document_id, application_id) ∈ uipath_result.(id, document_id, application_id)<br>UK: (id, application_id, field_id, value)"
    text field_id UK "UK: (id, application_id, field_id, value)"
    text value UK "UK: (id, application_id, field_id, value)"
    integer text_length
    integer text_start_index
    double confidence
    jsonb token_list
    timestamptz created_at
    timestamptz updated_at
    TRIGGER_BEFORE_UPDATE _disable_redundant_updates "Disable redundant database updates."
    HAS_HISTORY true
  }

  user_session:::dataTable {
    uuid user_id PK, FK "FK139: user_id ∈ users.id"
    timestamptz auth_time PK
    timestamptz last_auth_event_time
    integer auth_event_count
  }

  users:::dataTable {
    uuid id PK, FK, UK "FK023: (id, person_type_id) ∈ person.(id, person_type_id)<br>UK: (id, person_type_id)"
    text person_type_id FK, UK "FK023: (id, person_type_id) ∈ person.(id, person_type_id)<br>FK025: person_type_id ∈ user_person_type_limit.id<br>UK: (id, person_type_id)"
    uuid cognito_subject UK "UK: cognito_subject"
    text username
    timestamptz created_at
    timestamptz updated_at
    TRIGGER_BEFORE_UPDATE _disable_redundant_updates "Disable redundant database updates."
    HAS_HISTORY true
  }

  %% Associative Tables
  application_tag_assignment:::associativeTable {
    uuid application_id PK, FK "FK083: application_id ∈ application.id"
    text tag_name_id PK, FK "FK077: (tag_name_id, tag_type_id) ∈ tag.(tag_name_id, tag_type_id)"
    text tag_type_id FK "FK077: (tag_name_id, tag_type_id) ∈ tag.(tag_name_id, tag_type_id)<br>FK081: tag_type_id ∈ application_tag_type_limit.id"
    TRIGGER_BEFORE_UPDATE _disable_redundant_updates "Disable redundant database updates."
    HAS_HISTORY true
  }

  deliverable_action_configuration:::associativeTable {
    text action_type_id PK, FK "FK111: action_type_id ∈ deliverable_action_type.id"
    text old_status_id PK, FK "FK110: old_status_id ∈ deliverable_status.id"
    text new_status_id PK, FK "FK113: new_status_id ∈ deliverable_status.id"
  }

  deliverable_demonstration_type:::associativeTable {
    uuid deliverable_id PK, FK "FK137: (deliverable_id, demonstration_id) ∈ deliverable.(id, demonstration_id)"
    uuid demonstration_id PK, FK "FK137: (deliverable_id, demonstration_id) ∈ deliverable.(id, demonstration_id)<br>FK138: (demonstration_id, demonstration_type_tag_name_id) ∈ demonstration_type_tag_assignment.(demonstration_id, tag_name_id)"
    text demonstration_type_tag_name_id PK, FK "FK138: (demonstration_id, demonstration_type_tag_name_id) ∈ demonstration_type_tag_assignment.(demonstration_id, tag_name_id)"
    TRIGGER_BEFORE_UPDATE _disable_redundant_updates "Disable redundant database updates."
    HAS_HISTORY true
  }

  deliverable_type_document_type:::associativeTable {
    text deliverable_type_id PK, FK "FK091: deliverable_type_id ∈ deliverable_type.id"
    text document_type_id PK, FK "FK092: document_type_id ∈ document_type.id"
  }

  demonstration_role_assignment:::associativeTable {
    uuid person_id PK, FK "FK042: (person_id, state_id) ∈ person_state.(person_id, state_id)<br>FK048: (person_id, person_type_id) ∈ person.(id, person_type_id)"
    uuid demonstration_id PK, FK "FK050: (demonstration_id, state_id) ∈ demonstration.(id, state_id)"
    text role_id PK, FK "FK047: (role_id, person_type_id) ∈ role_person_type.(role_id, person_type_id)<br>FK049: (role_id, grant_level_id) ∈ role.(id, grant_level_id)"
    text state_id FK "FK042: (person_id, state_id) ∈ person_state.(person_id, state_id)<br>FK050: (demonstration_id, state_id) ∈ demonstration.(id, state_id)"
    text person_type_id FK "FK047: (role_id, person_type_id) ∈ role_person_type.(role_id, person_type_id)<br>FK048: (person_id, person_type_id) ∈ person.(id, person_type_id)"
    text grant_level_id FK "FK046: grant_level_id ∈ demonstration_grant_level_limit.id<br>FK049: (role_id, grant_level_id) ∈ role.(id, grant_level_id)"
    TRIGGER_BEFORE_UPDATE _disable_redundant_updates "Disable redundant database updates."
    HAS_HISTORY true
  }

  person_state:::associativeTable {
    uuid person_id PK, FK "FK044: person_id ∈ person.id"
    text state_id PK, FK "FK043: state_id ∈ state.id"
    TRIGGER_BEFORE_UPDATE _disable_redundant_updates "Disable redundant database updates."
    HAS_HISTORY true
  }

  phase_date_type:::associativeTable {
    text phase_id PK, FK "FK003: phase_id ∈ phase.id"
    text date_type_id PK, FK "FK017: date_type_id ∈ date_type.id"
  }

  phase_document_type:::associativeTable {
    text phase_id PK, FK "FK027: phase_id ∈ phase.id"
    text document_type_id PK, FK "FK028: document_type_id ∈ document_type.id"
  }

  phase_note_type:::associativeTable {
    text phase_id PK, FK "FK070: phase_id ∈ phase.id"
    text note_type_id PK, FK "FK071: note_type_id ∈ note_type.id"
  }

  phase_phase_status:::associativeTable {
    text phase_id PK, FK "FK066: phase_id ∈ phase.id"
    text phase_status_id PK, FK "FK067: phase_status_id ∈ phase_status.id"
  }

  primary_demonstration_role_assignment:::associativeTable {
    uuid person_id FK, UK "FK051: (person_id, demonstration_id, role_id) ∈ demonstration_role_assignment.(person_id, demonstration_id, role_id)<br>UK: (person_id, demonstration_id, role_id)"
    uuid demonstration_id PK, FK, UK "FK051: (person_id, demonstration_id, role_id) ∈ demonstration_role_assignment.(person_id, demonstration_id, role_id)<br>UK: (person_id, demonstration_id, role_id)"
    text role_id PK, FK, UK "FK051: (person_id, demonstration_id, role_id) ∈ demonstration_role_assignment.(person_id, demonstration_id, role_id)<br>UK: (person_id, demonstration_id, role_id)"
    CONSTRAINT_TRIGGER_DEFERRABLE_AFTER_UPDATE_OR_DELETE check_demonstration_retains_primary_project_officer "Check that a primary project officer still exists."
    TRIGGER_BEFORE_UPDATE _disable_redundant_updates "Disable redundant database updates."
    HAS_HISTORY true
  }

+   reference_demonstration_type:::associativeTable {
+     uuid reference_id PK, FK "FK145: reference_id ∈ reference.id"
+     text demonstration_type_tag_name_id PK, FK "FK150: (demonstration_type_tag_name_id, demonstration_type_tag_type_id) ∈ tag.(tag_name_id, tag_type_id)"
+     text demonstration_type_tag_type_id PK, FK "FK150: (demonstration_type_tag_name_id, demonstration_type_tag_type_id) ∈ tag.(tag_name_id, tag_type_id)<br>FK151: demonstration_type_tag_type_id ∈ demonstration_type_tag_type_limit.id"
+     TRIGGER_BEFORE_UPDATE _disable_redundant_updates "Disable redundant database updates."
+     HAS_HISTORY true
+   }
+ 
+   reference_tag_assignment:::associativeTable {
+     uuid reference_id PK, FK "FK144: reference_id ∈ reference.id"
+     text tag_name_id PK, FK "FK149: (tag_name_id, tag_type_id) ∈ tag.(tag_name_id, tag_type_id)"
+     text tag_type_id PK, FK "FK149: (tag_name_id, tag_type_id) ∈ tag.(tag_name_id, tag_type_id)<br>FK153: tag_type_id ∈ reference_tag_type_limit.id"
+     TRIGGER_BEFORE_UPDATE _disable_redundant_updates "Disable redundant database updates."
+     HAS_HISTORY true
+   }
+ 
  role_permission:::associativeTable {
    text role_id PK, FK "FK033: (role_id, grant_level_id) ∈ role.(id, grant_level_id)"
    text grant_level_id PK, FK "FK033: (role_id, grant_level_id) ∈ role.(id, grant_level_id)<br>FK034: (permission_id, grant_level_id) ∈ permission.(id, grant_level_id)"
    text permission_id PK, FK "FK034: (permission_id, grant_level_id) ∈ permission.(id, grant_level_id)"
    TRIGGER_BEFORE_UPDATE _disable_redundant_updates "Disable redundant database updates."
    HAS_HISTORY true
  }

  role_person_type:::associativeTable {
    text role_id PK, FK "FK032: role_id ∈ role.id"
    text person_type_id PK, FK "FK031: person_type_id ∈ person_type.id"
  }

  system_role_assignment:::associativeTable {
    uuid person_id PK, FK "FK039: (person_id, person_type_id) ∈ person.(id, person_type_id)"
    text role_id PK, FK "FK038: (role_id, person_type_id) ∈ role_person_type.(role_id, person_type_id)<br>FK040: (role_id, grant_level_id) ∈ role.(id, grant_level_id)"
    text person_type_id FK "FK038: (role_id, person_type_id) ∈ role_person_type.(role_id, person_type_id)<br>FK039: (person_id, person_type_id) ∈ person.(id, person_type_id)"
    text grant_level_id FK "FK040: (role_id, grant_level_id) ∈ role.(id, grant_level_id)<br>FK041: grant_level_id ∈ system_grant_level_limit.id"
    TRIGGER_BEFORE_UPDATE _disable_redundant_updates "Disable redundant database updates."
    HAS_HISTORY true
  }

  %% Legend
  Legend:::legend {
    text StaticConstraint "Red"
    text TypeLimiter "Blue"
    text AssociativeTable "Purple"
    text DataTable "Green"
    text NOTE "HAS_HISTORY true indicates that a table has a _history table as well."
    text NOTE "Dashed lines indicate foreign keys added for convenience in using Prisma."
  }
